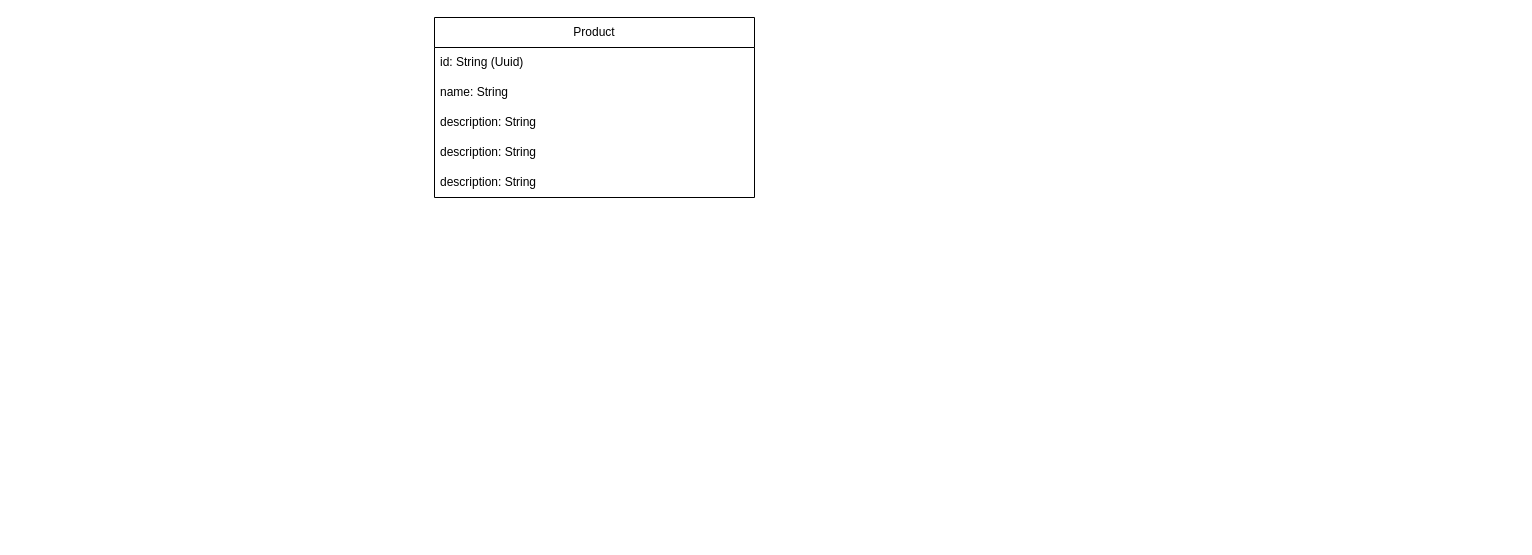
lusiulis/NexMods keeps this draw.io diagram as docs/service_products.drawio. Above is the earlier version. Source tidied: cells renumbered, new cells numbered last; positions are measured from the earlier drawing's top-left corner, leaving out a move shared by most shapes. Both pictures are drawn from the tidied source at 100%, with x=0, y=0 at pixel (434, 17).
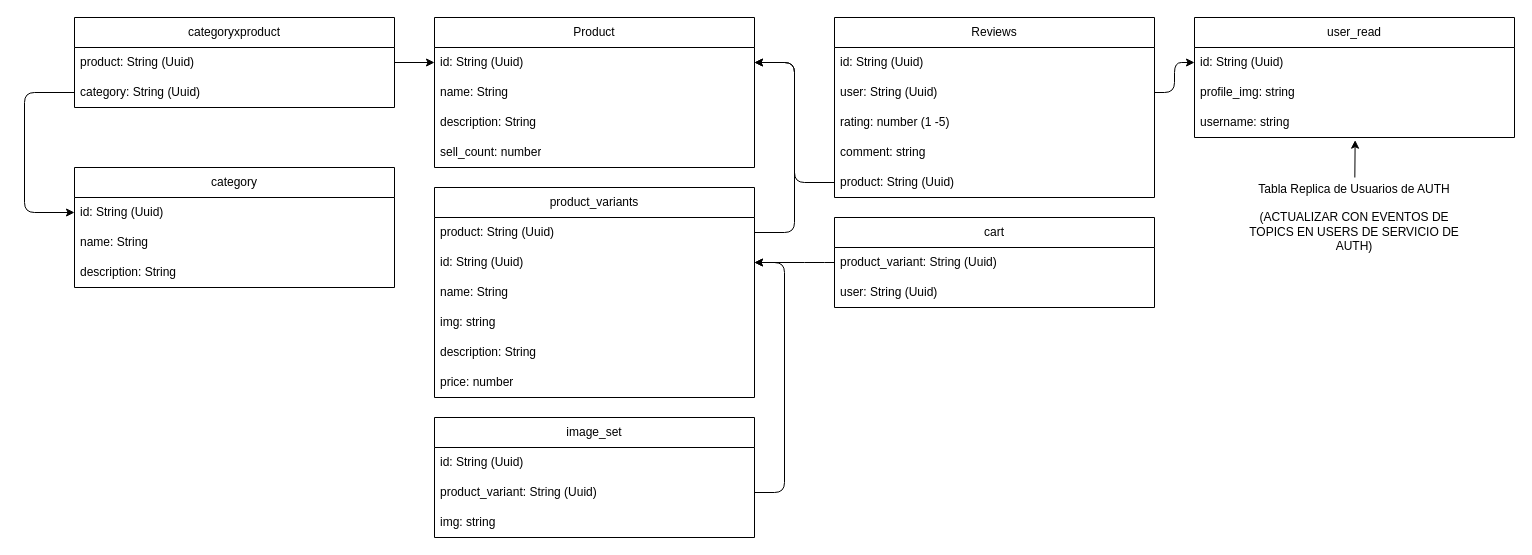
The same diagram, later.

Commit message (it also covers changes not shown here):
Product Service DOCS update

Unchanged cells that the change refers to:
```xml
<mxCell id="3" value="id: String (Uuid)" style="text;strokeColor=none;fillColor=none;align=left;verticalAlign=middle;spacingLeft=4;spacingRight=4;overflow=hidden;points=[[0,0.5],[1,0.5]];portConstraint=eastwest;whiteSpace=wrap;html=1;" parent="2" vertex="1">
  <mxGeometry y="30" width="320" height="30" as="geometry" />
</mxCell>
```

What changed in the source:
```diff
@@
     <mxCell id="2" value="Product" style="swimlane;fontStyle=0;horizontal=1;startSize=30;whiteSpace=wrap;html=1;" parent="1" vertex="1">
-      <mxGeometry width="320" height="180" as="geometry" />
+      <mxGeometry width="320" height="150" as="geometry" />
     </mxCell>
@@
+    <mxCell id="8" value="sell_count: number" style="text;strokeColor=none;fillColor=none;align=left;verticalAlign=middle;spacingLeft=4;spacingRight=4;overflow=hidden;whiteSpace=wrap;html=1;" parent="2" vertex="1">
+      <mxGeometry y="120" width="320" height="30" as="geometry" />
+    </mxCell>
+    <mxCell id="9" value="Reviews" style="swimlane;fontStyle=0;horizontal=1;startSize=30;whiteSpace=wrap;html=1;" parent="1" vertex="1">
+      <mxGeometry x="400" width="320" height="180" as="geometry" />
+    </mxCell>
+    <mxCell id="10" value="id: String (Uuid)" style="text;strokeColor=none;fillColor=none;align=left;verticalAlign=middle;spacingLeft=4;spacingRight=4;overflow=hidden;whiteSpace=wrap;html=1;" parent="9" vertex="1">
+      <mxGeometry y="30" width="320" height="30" as="geometry" />
+    </mxCell>
+    <mxCell id="11" value="user: String (Uuid)" style="text;strokeColor=none;fillColor=none;align=left;verticalAlign=middle;spacingLeft=4;spacingRight=4;overflow=hidden;points=[[0,0.5],[1,0.5]];portConstraint=eastwest;whiteSpace=wrap;html=1;" parent="9" vertex="1">
+      <mxGeometry y="60" width="320" height="30" as="geometry" />
+    </mxCell>
+    <mxCell id="12" value="rating: number (1 -5)" style="text;strokeColor=none;fillColor=none;align=left;verticalAlign=middle;spacingLeft=4;spacingRight=4;overflow=hidden;whiteSpace=wrap;html=1;" parent="9" vertex="1">
+      <mxGeometry y="90" width="320" height="30" as="geometry" />
+    </mxCell>
+    <mxCell id="13" value="comment: string" style="text;strokeColor=none;fillColor=none;align=left;verticalAlign=middle;spacingLeft=4;spacingRight=4;overflow=hidden;whiteSpace=wrap;html=1;" parent="9" vertex="1">
+      <mxGeometry y="120" width="320" height="30" as="geometry" />
+    </mxCell>
+    <mxCell id="14" value="product: String (Uuid)" style="text;strokeColor=none;fillColor=none;align=left;verticalAlign=middle;spacingLeft=4;spacingRight=4;overflow=hidden;points=[[0,0.5],[1,0.5]];portConstraint=eastwest;whiteSpace=wrap;html=1;" parent="9" vertex="1">
+      <mxGeometry y="150" width="320" height="30" as="geometry" />
+    </mxCell>
+    <mxCell id="15" style="edgeStyle=none;html=1;entryX=1;entryY=0.5;entryDx=0;entryDy=0;exitX=0;exitY=0.5;exitDx=0;exitDy=0;" parent="1" edge="1" source="14" target="3">
+      <mxGeometry relative="1" as="geometry">
+        <Array as="points">
+          <mxPoint x="360" y="165" />
+          <mxPoint x="360" y="45" />
+        </Array>
+      </mxGeometry>
+    </mxCell>
+    <mxCell id="16" value="product_variants" style="swimlane;fontStyle=0;horizontal=1;startSize=30;whiteSpace=wrap;html=1;" parent="1" vertex="1">
+      <mxGeometry y="170" width="320" height="210" as="geometry" />
+    </mxCell>
+    <mxCell id="17" value="product: String (Uuid)" style="text;strokeColor=none;fillColor=none;align=left;verticalAlign=middle;spacingLeft=4;spacingRight=4;overflow=hidden;points=[[0,0.5],[1,0.5]];portConstraint=eastwest;whiteSpace=wrap;html=1;" parent="16" vertex="1">
+      <mxGeometry y="30" width="320" height="30" as="geometry" />
+    </mxCell>
+    <mxCell id="18" value="id: String (Uuid)" style="text;strokeColor=none;fillColor=none;align=left;verticalAlign=middle;spacingLeft=4;spacingRight=4;overflow=hidden;points=[[0,0.5],[1,0.5]];portConstraint=eastwest;whiteSpace=wrap;html=1;" parent="16" vertex="1">
+      <mxGeometry y="60" width="320" height="30" as="geometry" />
+    </mxCell>
+    <mxCell id="19" value="name: String" style="text;strokeColor=none;fillColor=none;align=left;verticalAlign=middle;spacingLeft=4;spacingRight=4;overflow=hidden;whiteSpace=wrap;html=1;" parent="16" vertex="1">
+      <mxGeometry y="90" width="320" height="30" as="geometry" />
+    </mxCell>
+    <mxCell id="20" value="img: string" style="text;strokeColor=none;fillColor=none;align=left;verticalAlign=middle;spacingLeft=4;spacingRight=4;overflow=hidden;whiteSpace=wrap;html=1;" parent="16" vertex="1">
+      <mxGeometry y="120" width="320" height="30" as="geometry" />
+    </mxCell>
+    <mxCell id="7" value="description: String" style="text;strokeColor=none;fillColor=none;align=left;verticalAlign=middle;spacingLeft=4;spacingRight=4;overflow=hidden;whiteSpace=wrap;html=1;" parent="16" vertex="1">
+      <mxGeometry y="150" width="320" height="30" as="geometry" />
+    </mxCell>
+    <mxCell id="21" value="price: number" style="text;strokeColor=none;fillColor=none;align=left;verticalAlign=middle;spacingLeft=4;spacingRight=4;overflow=hidden;whiteSpace=wrap;html=1;" parent="16" vertex="1">
+      <mxGeometry y="180" width="320" height="30" as="geometry" />
+    </mxCell>
+    <mxCell id="22" style="edgeStyle=none;html=1;entryX=1;entryY=0.5;entryDx=0;entryDy=0;exitX=1;exitY=0.5;exitDx=0;exitDy=0;" parent="1" edge="1" source="17" target="3">
+      <mxGeometry relative="1" as="geometry">
+        <Array as="points">
+          <mxPoint x="360" y="215" />
+          <mxPoint x="360" y="45" />
+        </Array>
+      </mxGeometry>
+    </mxCell>
+    <mxCell id="23" value="image_set" style="swimlane;fontStyle=0;horizontal=1;startSize=30;whiteSpace=wrap;html=1;" parent="1" vertex="1">
+      <mxGeometry y="400" width="320" height="120" as="geometry" />
+    </mxCell>
+    <mxCell id="24" value="id: String (Uuid)" style="text;strokeColor=none;fillColor=none;align=left;verticalAlign=middle;spacingLeft=4;spacingRight=4;overflow=hidden;whiteSpace=wrap;html=1;" parent="23" vertex="1">
+      <mxGeometry y="30" width="320" height="30" as="geometry" />
+    </mxCell>
+    <mxCell id="25" value="product_variant: String (Uuid)" style="text;strokeColor=none;fillColor=none;align=left;verticalAlign=middle;spacingLeft=4;spacingRight=4;overflow=hidden;points=[[0,0.5],[1,0.5]];portConstraint=eastwest;whiteSpace=wrap;html=1;" parent="23" vertex="1">
+      <mxGeometry y="60" width="320" height="30" as="geometry" />
+    </mxCell>
+    <mxCell id="26" value="img: string" style="text;strokeColor=none;fillColor=none;align=left;verticalAlign=middle;spacingLeft=4;spacingRight=4;overflow=hidden;whiteSpace=wrap;html=1;" parent="23" vertex="1">
+      <mxGeometry y="90" width="320" height="30" as="geometry" />
+    </mxCell>
+    <mxCell id="27" style="edgeStyle=none;html=1;entryX=1;entryY=0.5;entryDx=0;entryDy=0;exitX=1;exitY=0.5;exitDx=0;exitDy=0;" parent="1" edge="1" source="25" target="18">
+      <mxGeometry relative="1" as="geometry">
+        <Array as="points">
+          <mxPoint x="350" y="475" />
+          <mxPoint x="350" y="245" />
+        </Array>
+      </mxGeometry>
+    </mxCell>
+    <mxCell id="28" value="cart" style="swimlane;fontStyle=0;horizontal=1;startSize=30;whiteSpace=wrap;html=1;" parent="1" vertex="1">
+      <mxGeometry x="400" y="200" width="320" height="90" as="geometry" />
+    </mxCell>
+    <mxCell id="29" value="product_variant: String (Uuid)" style="text;strokeColor=none;fillColor=none;align=left;verticalAlign=middle;spacingLeft=4;spacingRight=4;overflow=hidden;points=[[0,0.5],[1,0.5]];portConstraint=eastwest;whiteSpace=wrap;html=1;" parent="28" vertex="1">
+      <mxGeometry y="30" width="320" height="30" as="geometry" />
+    </mxCell>
+    <mxCell id="30" value="user: String (Uuid)" style="text;strokeColor=none;fillColor=none;align=left;verticalAlign=middle;spacingLeft=4;spacingRight=4;overflow=hidden;whiteSpace=wrap;html=1;" parent="28" vertex="1">
+      <mxGeometry y="60" width="320" height="30" as="geometry" />
+    </mxCell>
+    <mxCell id="31" style="edgeStyle=none;html=1;entryX=1;entryY=0.5;entryDx=0;entryDy=0;exitX=0;exitY=0.5;exitDx=0;exitDy=0;" parent="1" edge="1" source="29" target="18">
+      <mxGeometry relative="1" as="geometry">
+        <Array as="points">
+          <mxPoint x="380" y="245" />
+        </Array>
+      </mxGeometry>
+    </mxCell>
+    <mxCell id="32" value="category" style="swimlane;fontStyle=0;horizontal=1;startSize=30;whiteSpace=wrap;html=1;" parent="1" vertex="1">
+      <mxGeometry x="-360" y="150" width="320" height="120" as="geometry" />
+    </mxCell>
+    <mxCell id="33" value="id: String (Uuid)" style="text;strokeColor=none;fillColor=none;align=left;verticalAlign=middle;spacingLeft=4;spacingRight=4;overflow=hidden;points=[[0,0.5],[1,0.5]];portConstraint=eastwest;whiteSpace=wrap;html=1;" parent="32" vertex="1">
+      <mxGeometry y="30" width="320" height="30" as="geometry" />
+    </mxCell>
+    <mxCell id="34" value="name: String" style="text;strokeColor=none;fillColor=none;align=left;verticalAlign=middle;spacingLeft=4;spacingRight=4;overflow=hidden;whiteSpace=wrap;html=1;" parent="32" vertex="1">
+      <mxGeometry y="60" width="320" height="30" as="geometry" />
+    </mxCell>
-    <mxCell id="6" value="description: String" style="text;strokeColor=none;fillColor=none;align=left;verticalAlign=middle;spacingLeft=4;spacingRight=4;overflow=hidden;whiteSpace=wrap;html=1;" parent="2" vertex="1">
-      <mxGeometry y="120" width="320" height="30" as="geometry" />
+    <mxCell id="6" value="description: String" style="text;strokeColor=none;fillColor=none;align=left;verticalAlign=middle;spacingLeft=4;spacingRight=4;overflow=hidden;whiteSpace=wrap;html=1;" parent="32" vertex="1">
+      <mxGeometry y="90" width="320" height="30" as="geometry" />
     </mxCell>
-    <mxCell id="7" value="description: String" style="text;strokeColor=none;fillColor=none;align=left;verticalAlign=middle;spacingLeft=4;spacingRight=4;overflow=hidden;whiteSpace=wrap;html=1;" parent="2" vertex="1">
-      <mxGeometry y="150" width="320" height="30" as="geometry" />
-    </mxCell>
+    <mxCell id="35" value="categoryxproduct" style="swimlane;fontStyle=0;horizontal=1;startSize=30;whiteSpace=wrap;html=1;" parent="1" vertex="1">
+      <mxGeometry x="-360" width="320" height="90" as="geometry" />
+    </mxCell>
+    <mxCell id="36" value="product: String (Uuid)" style="text;strokeColor=none;fillColor=none;align=left;verticalAlign=middle;spacingLeft=4;spacingRight=4;overflow=hidden;points=[[0,0.5],[1,0.5]];portConstraint=eastwest;whiteSpace=wrap;html=1;" parent="35" vertex="1">
+      <mxGeometry y="30" width="320" height="30" as="geometry" />
+    </mxCell>
+    <mxCell id="37" value="category: String (Uuid)" style="text;strokeColor=none;fillColor=none;align=left;verticalAlign=middle;spacingLeft=4;spacingRight=4;overflow=hidden;points=[[0,0.5],[1,0.5]];portConstraint=eastwest;whiteSpace=wrap;html=1;" parent="35" vertex="1">
+      <mxGeometry y="60" width="320" height="30" as="geometry" />
+    </mxCell>
+    <mxCell id="38" style="edgeStyle=none;html=1;entryX=0;entryY=0.5;entryDx=0;entryDy=0;" parent="1" edge="1" source="36" target="3">
+      <mxGeometry relative="1" as="geometry" />
+    </mxCell>
+    <mxCell id="39" style="edgeStyle=none;html=1;entryX=0;entryY=0.5;entryDx=0;entryDy=0;exitX=0;exitY=0.5;exitDx=0;exitDy=0;" parent="1" edge="1" source="37" target="33">
+      <mxGeometry relative="1" as="geometry">
+        <Array as="points">
+          <mxPoint x="-410" y="75" />
+          <mxPoint x="-410" y="195" />
+        </Array>
+      </mxGeometry>
+    </mxCell>
+    <mxCell id="40" value="user_read" style="swimlane;fontStyle=0;horizontal=1;startSize=30;whiteSpace=wrap;html=1;" parent="1" vertex="1">
+      <mxGeometry x="760" width="320" height="120" as="geometry" />
+    </mxCell>
+    <mxCell id="41" value="id: String (Uuid)" style="text;strokeColor=none;fillColor=none;align=left;verticalAlign=middle;spacingLeft=4;spacingRight=4;overflow=hidden;points=[[0,0.5],[1,0.5]];portConstraint=eastwest;whiteSpace=wrap;html=1;" parent="40" vertex="1">
+      <mxGeometry y="30" width="320" height="30" as="geometry" />
+    </mxCell>
+    <mxCell id="42" value="profile_img: string" style="text;strokeColor=none;fillColor=none;align=left;verticalAlign=middle;spacingLeft=4;spacingRight=4;overflow=hidden;whiteSpace=wrap;html=1;" parent="40" vertex="1">
+      <mxGeometry y="60" width="320" height="30" as="geometry" />
+    </mxCell>
+    <mxCell id="43" value="username: string" style="text;strokeColor=none;fillColor=none;align=left;verticalAlign=middle;spacingLeft=4;spacingRight=4;overflow=hidden;points=[[0,0.5],[1,0.5]];portConstraint=eastwest;whiteSpace=wrap;html=1;" parent="40" vertex="1">
+      <mxGeometry y="90" width="320" height="30" as="geometry" />
+    </mxCell>
+    <mxCell id="44" style="edgeStyle=none;html=1;entryX=0;entryY=0.5;entryDx=0;entryDy=0;exitX=1;exitY=0.5;exitDx=0;exitDy=0;" parent="1" edge="1" source="11" target="41">
+      <mxGeometry relative="1" as="geometry">
+        <Array as="points">
+          <mxPoint x="740" y="75" />
+          <mxPoint x="740" y="45" />
+        </Array>
+      </mxGeometry>
+    </mxCell>
+    <mxCell id="45" value="Tabla Replica de Usuarios de AUTH&lt;br&gt;&lt;br&gt;&lt;div&gt;(ACTUALIZAR CON EVENTOS DE TOPICS EN USERS DE SERVICIO DE AUTH)&lt;/div&gt;" style="text;html=1;align=center;verticalAlign=middle;whiteSpace=wrap;rounded=0;" parent="1" vertex="1">
+      <mxGeometry x="810" y="160" width="220" height="80" as="geometry" />
+    </mxCell>
+    <mxCell id="46" style="edgeStyle=none;html=1;entryX=0.502;entryY=1.089;entryDx=0;entryDy=0;entryPerimeter=0;" parent="1" edge="1" source="45" target="43">
+      <mxGeometry relative="1" as="geometry" />
+    </mxCell>
```
